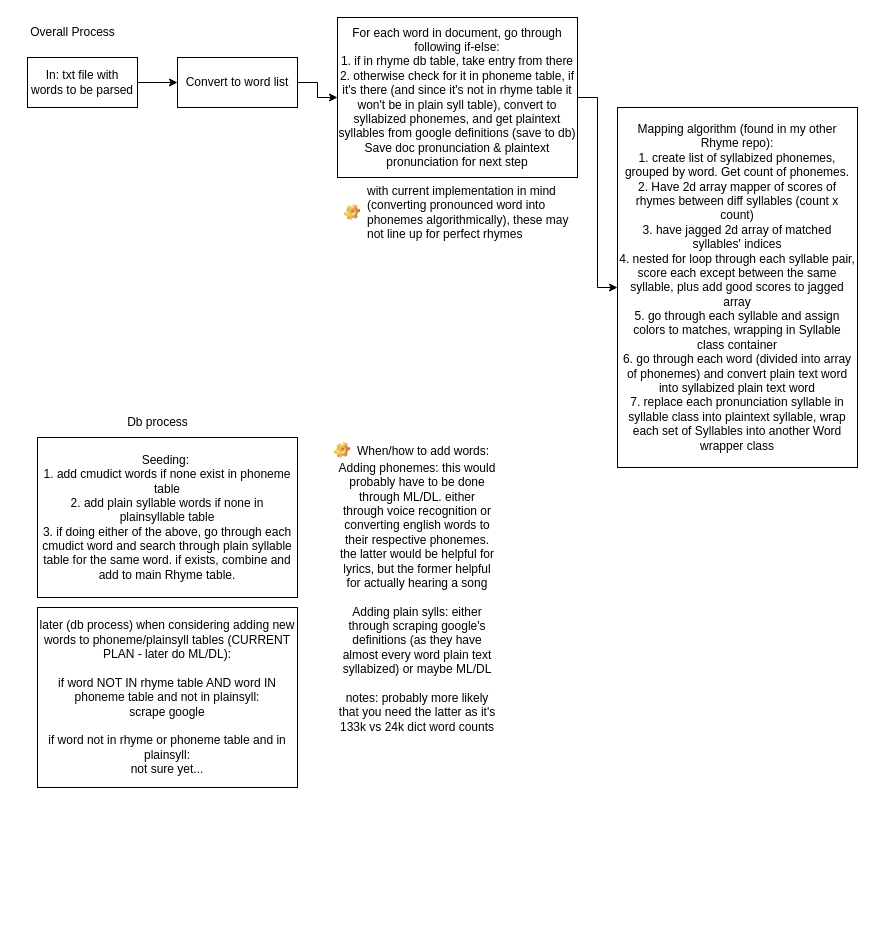
Above: rhymeo.drawio in Joshua-Lester3/rhymeo (draw.io), before the change. Source tidied: cells renumbered, new cells numbered last; positions are measured from the earlier drawing's top-left corner, leaving out a move shared by most shapes. Both pictures are drawn from the tidied source at 100%, with x=0, y=0 at pixel (17, 17).
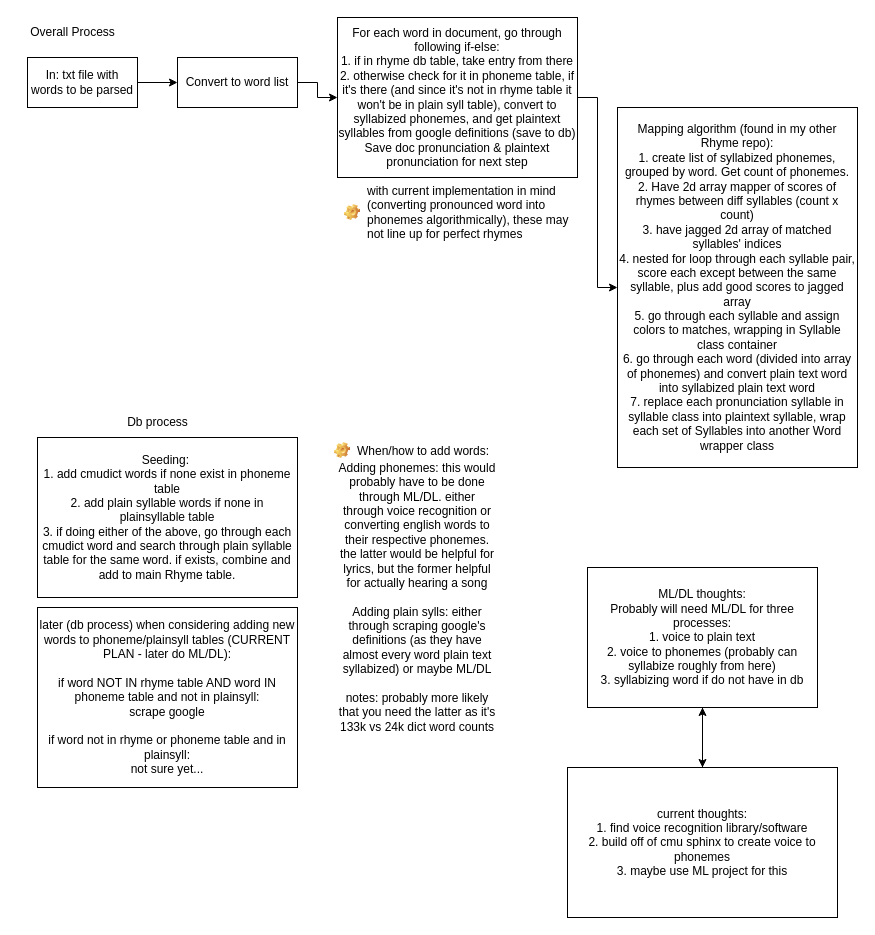
The same diagram, later.

Change to the diagram source:
```diff
@@
 <mxGraphModel>
   <root>
     <mxCell id="0" />
     <mxCell id="1" parent="0" />
     <mxCell id="2" style="edgeStyle=orthogonalEdgeStyle;rounded=0;jettySize=auto;html=1;" parent="1" edge="1" source="3" target="5">
       <mxGeometry relative="1" as="geometry" />
     </mxCell>
     <mxCell id="3" value="In: txt file with words to be parsed" style="html=1;whiteSpace=wrap;" parent="1" vertex="1">
       <mxGeometry x="10" y="40" width="110" height="50" as="geometry" />
     </mxCell>
     <mxCell id="4" style="edgeStyle=orthogonalEdgeStyle;rounded=0;jettySize=auto;html=1;" parent="1" edge="1" source="5" target="7">
       <mxGeometry relative="1" as="geometry" />
     </mxCell>
     <mxCell id="5" value="Convert to word list" style="html=1;whiteSpace=wrap;" parent="1" vertex="1">
       <mxGeometry x="160" y="40" width="120" height="50" as="geometry" />
     </mxCell>
     <mxCell id="6" style="edgeStyle=orthogonalEdgeStyle;rounded=0;jettySize=auto;html=1;" parent="1" edge="1" source="7" target="8">
       <mxGeometry relative="1" as="geometry" />
     </mxCell>
     <mxCell id="7" value="For each word in document, go through following if-else:&lt;div&gt;1. if in rhyme db table, take entry from there&lt;/div&gt;&lt;div&gt;2. otherwise check for it in phoneme table, if it's there (and since it's not in rhyme table it won't be in plain syll table), convert to syllabized phonemes, and get plaintext syllables from google definitions (save to db)&lt;/div&gt;&lt;div&gt;Save doc pronunciation &amp;amp; plaintext pronunciation for next step&lt;/div&gt;" style="html=1;whiteSpace=wrap;" parent="1" vertex="1">
       <mxGeometry x="320" width="240" height="160" as="geometry" />
     </mxCell>
     <mxCell id="8" value="Mapping algorithm (found in my other Rhyme repo):&lt;div&gt;1. create list of syllabized phonemes, grouped by word. Get count of phonemes.&lt;/div&gt;&lt;div&gt;2. Have 2d array mapper of scores of rhymes between diff syllables (count x count)&lt;/div&gt;&lt;div&gt;3. have jagged 2d array of matched syllables' indices&lt;/div&gt;&lt;div&gt;4. nested for loop through each syllable pair, score each except between the same syllable, plus add good scores to jagged array&lt;/div&gt;&lt;div&gt;5. go through each syllable and assign colors to matches, wrapping in Syllable class container&lt;/div&gt;&lt;div&gt;6. go through each word (divided into array of phonemes) and convert plain text word into syllabized plain text word&lt;/div&gt;&lt;div&gt;7. replace each pronunciation syllable in syllable class into plaintext syllable, wrap each set of Syllables into another Word wrapper class&lt;/div&gt;" style="html=1;whiteSpace=wrap;" parent="1" vertex="1">
       <mxGeometry x="600" y="90" width="240" height="360" as="geometry" />
     </mxCell>
     <mxCell id="9" value="with current implementation in mind (converting pronounced word into phonemes algorithmically), these may not line up for perfect rhymes" style="label;fontStyle=0;strokeColor=none;fillColor=none;align=left;verticalAlign=top;overflow=hidden;spacingLeft=28;spacingRight=4;imageWidth=16;imageHeight=16;whiteSpace=wrap;html=1;image=img/clipart/Gear_128x128.png;" parent="1" vertex="1">
       <mxGeometry x="320" y="160" width="237.5" height="70" as="geometry" />
     </mxCell>
     <mxCell id="10" value="Overall Process" style="text;html=1;align=center;verticalAlign=middle;strokeColor=none;fillColor=none;" parent="1" vertex="1">
       <mxGeometry width="110" height="30" as="geometry" />
     </mxCell>
     <mxCell id="11" value="Seeding:&amp;nbsp;&lt;div&gt;1. add cmudict words if none exist in phoneme table&lt;/div&gt;&lt;div&gt;2. add plain syllable words if none in plainsyllable table&lt;/div&gt;&lt;div&gt;3. if doing either of the above, go through each cmudict word and search through plain syllable table for the same word. if exists, combine and add to main Rhyme table.&lt;/div&gt;" style="html=1;whiteSpace=wrap;" parent="1" vertex="1">
       <mxGeometry x="20" y="420" width="260" height="160" as="geometry" />
     </mxCell>
     <mxCell id="12" value="Db process" style="text;html=1;align=center;verticalAlign=middle;strokeColor=none;fillColor=none;" parent="1" vertex="1">
       <mxGeometry x="100" y="390" width="80" height="30" as="geometry" />
     </mxCell>
     <mxCell id="13" value="later (db process) when considering adding new words to phoneme/plainsyll tables (CURRENT PLAN - later do ML/DL):&lt;div&gt;&lt;br&gt;&lt;div&gt;if word NOT IN rhyme table AND word IN phoneme table and not in plainsyll:&lt;/div&gt;&lt;div&gt;scrape google&lt;/div&gt;&lt;div&gt;&lt;br&gt;&lt;/div&gt;&lt;div&gt;if word not in rhyme or phoneme table and in plainsyll:&lt;/div&gt;&lt;div&gt;not sure yet...&lt;/div&gt;&lt;/div&gt;" style="html=1;whiteSpace=wrap;" parent="1" vertex="1">
       <mxGeometry x="20" y="590" width="260" height="180" as="geometry" />
     </mxCell>
     <mxCell id="14" value="When/how to add words:" style="label;fontStyle=0;strokeColor=none;fillColor=none;align=left;verticalAlign=top;overflow=hidden;spacingLeft=28;spacingRight=4;imageWidth=16;imageHeight=16;whiteSpace=wrap;html=1;image=img/clipart/Gear_128x128.png;" parent="1" vertex="1">
       <mxGeometry x="310" y="420" width="180" height="26" as="geometry" />
     </mxCell>
     <mxCell id="15" value="Adding phonemes: this would probably have to be done through ML/DL. either through voice recognition or converting english words to their respective phonemes. the latter would be helpful for lyrics, but the former helpful for actually hearing a song&lt;div&gt;&lt;br&gt;&lt;/div&gt;&lt;div&gt;Adding plain sylls: either through scraping google's definitions (as they have almost every word plain text syllabized) or maybe ML/DL&lt;/div&gt;&lt;div&gt;&lt;br&gt;&lt;/div&gt;&lt;div&gt;notes: probably more likely that you need the latter as it's 133k vs 24k dict word counts&lt;/div&gt;" style="text;html=1;align=center;verticalAlign=middle;whiteSpace=wrap;rounded=0;" parent="1" vertex="1">
       <mxGeometry x="320" y="450" width="160" height="260" as="geometry" />
     </mxCell>
+    <mxCell id="16" style="edgeStyle=orthogonalEdgeStyle;rounded=0;jettySize=auto;html=1;entryX=0.5;entryY=0;entryDx=0;entryDy=0;" parent="1" edge="1" source="17" target="19">
+      <mxGeometry relative="1" as="geometry" />
+    </mxCell>
+    <mxCell id="17" value="ML/DL thoughts:&lt;div&gt;Probably will need ML/DL for three processes:&lt;/div&gt;&lt;div&gt;1. voice to plain text&lt;/div&gt;&lt;div&gt;2. voice to phonemes (probably can syllabize roughly from here)&lt;/div&gt;&lt;div&gt;3. syllabizing word if do not have in db&lt;/div&gt;" style="html=1;whiteSpace=wrap;" parent="1" vertex="1">
+      <mxGeometry x="570" y="550" width="230" height="140" as="geometry" />
+    </mxCell>
+    <mxCell id="18" style="edgeStyle=orthogonalEdgeStyle;rounded=0;jettySize=auto;html=1;entryX=0.5;entryY=1;entryDx=0;entryDy=0;" parent="1" edge="1" source="19" target="17">
+      <mxGeometry relative="1" as="geometry" />
+    </mxCell>
+    <mxCell id="19" value="current thoughts:&lt;div&gt;1. find voice recognition library/software&lt;/div&gt;&lt;div&gt;2. build off of cmu sphinx to create voice to phonemes&lt;/div&gt;&lt;div&gt;3. maybe use ML project for this&lt;/div&gt;" style="html=1;whiteSpace=wrap;" parent="1" vertex="1">
+      <mxGeometry x="550" y="750" width="270" height="150" as="geometry" />
+    </mxCell>
   </root>
 </mxGraphModel>
```
